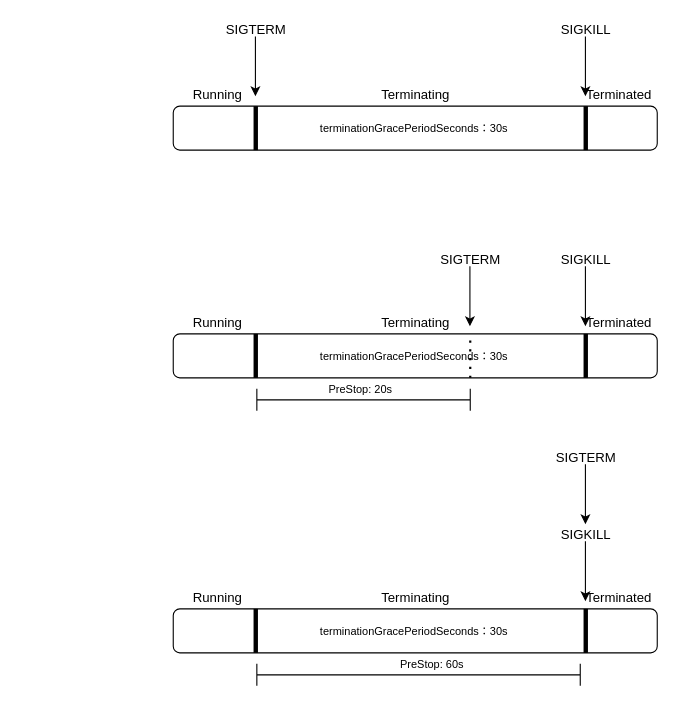
Above: pod_graceful_shutdown.drawio in yubowen0525/ImageStorage (draw.io), before the change. Source tidied: cells renumbered, new cells numbered last; positions are measured from the earlier drawing's top-left corner, leaving out a move shared by most shapes. Both pictures are drawn from the tidied source at 110%, with x=0, y=0 at pixel (173, 19).
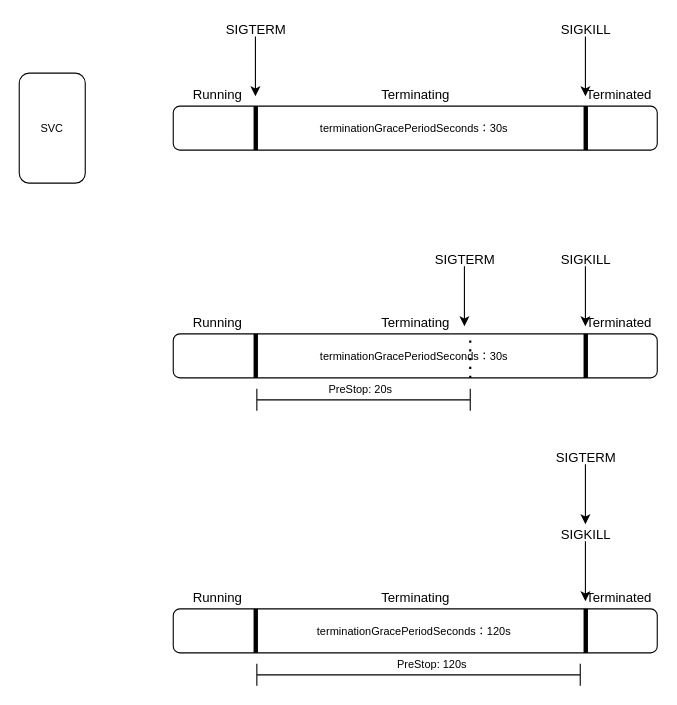
The same diagram, later.

What changed in the source:
```diff
@@
     <mxCell id="21" style="group;" parent="1" vertex="1">
-      <mxGeometry x="235" y="209" width="70" height="70" as="geometry" />
+      <mxGeometry x="230" y="209" width="70" height="70" as="geometry" />
     </mxCell>
@@
-    <mxCell id="43" value="&lt;font style=&quot;font-size: 10px&quot;&gt;terminationGracePeriodSeconds：30s&amp;nbsp;&lt;/font&gt;" style="text;html=1;align=center;verticalAlign=middle;strokeColor=none;fillColor=none;fontSize=10;" parent="1" vertex="1">
-      <mxGeometry x="110" y="546" width="220" height="20" as="geometry" />
+    <mxCell id="43" value="&lt;font style=&quot;font-size: 10px&quot;&gt;terminationGracePeriodSeconds：120s&amp;nbsp;&lt;/font&gt;" style="text;html=1;align=center;verticalAlign=middle;strokeColor=none;fillColor=none;fontSize=10;" parent="1" vertex="1">
+      <mxGeometry x="105" y="546" width="230" height="20" as="geometry" />
     </mxCell>
@@
-    <mxCell id="46" value="PreStop: 60s" style="text;html=1;align=center;verticalAlign=middle;strokeColor=none;fillColor=none;fontSize=10;" parent="1" vertex="1">
+    <mxCell id="46" value="PreStop: 120s" style="text;html=1;align=center;verticalAlign=middle;strokeColor=none;fillColor=none;fontSize=10;" parent="1" vertex="1">
       <mxGeometry x="190" y="576" width="90" height="20" as="geometry" />
     </mxCell>
+    <mxCell id="47" value="SVC" style="rounded=1;whiteSpace=wrap;html=1;fontSize=10;" parent="1" vertex="1">
+      <mxGeometry x="-140" y="49" width="60" height="100" as="geometry" />
+    </mxCell>
```
